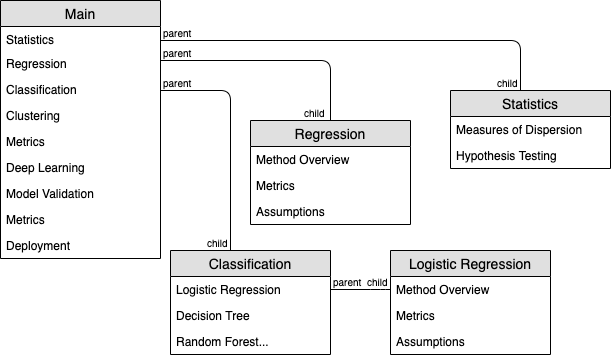
Before: ios_ds_app_scheme.png, a diagram exported from draw.io (patrickmlong/ListNavTemplate). Source tidied: cells renumbered, new cells last; positions are measured from the earlier drawing's top-left corner, leaving out a move shared by most shapes.
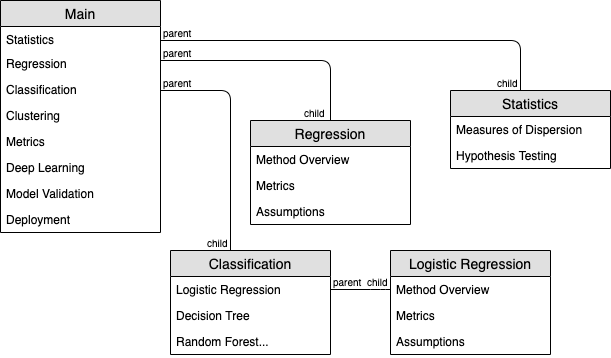
Later version of the same file.

What changed in the source:
```diff
@@ -3,7 +3,7 @@
     <mxCell id="0" />
     <mxCell id="1" parent="0" />
     <mxCell id="2" value="Main" style="swimlane;fontStyle=0;horizontal=1;startSize=26;fillColor=#e0e0e0;swimlaneFillColor=#ffffff;align=center;fontSize=14;" parent="1" vertex="1">
-      <mxGeometry width="160" height="258" as="geometry" />
+      <mxGeometry width="160" height="232" as="geometry" />
     </mxCell>
     <mxCell id="3" value="Statistics" style="text;strokeColor=none;fillColor=none;spacingLeft=4;spacingRight=4;overflow=hidden;fontSize=12;" parent="2" vertex="1">
       <mxGeometry y="26" width="160" height="24" as="geometry" />
@@ -26,11 +26,8 @@
     <mxCell id="9" value="Model Validation" style="text;strokeColor=none;fillColor=none;spacingLeft=4;spacingRight=4;overflow=hidden;fontSize=12;" parent="2" vertex="1">
       <mxGeometry y="180" width="160" height="26" as="geometry" />
     </mxCell>
-    <mxCell id="10" value="Metrics" style="text;strokeColor=none;fillColor=none;spacingLeft=4;spacingRight=4;overflow=hidden;fontSize=12;" parent="2" vertex="1">
-      <mxGeometry y="206" width="160" height="26" as="geometry" />
-    </mxCell>
     <mxCell id="11" value="Deployment" style="text;strokeColor=none;fillColor=none;spacingLeft=4;spacingRight=4;overflow=hidden;fontSize=12;" parent="2" vertex="1">
-      <mxGeometry y="232" width="160" height="26" as="geometry" />
+      <mxGeometry y="206" width="160" height="26" as="geometry" />
     </mxCell>
     <mxCell id="12" style="endArrow=none;html=1;edgeStyle=orthogonalEdgeStyle;" parent="1" edge="1" target="15">
       <mxGeometry relative="1" as="geometry">
```
